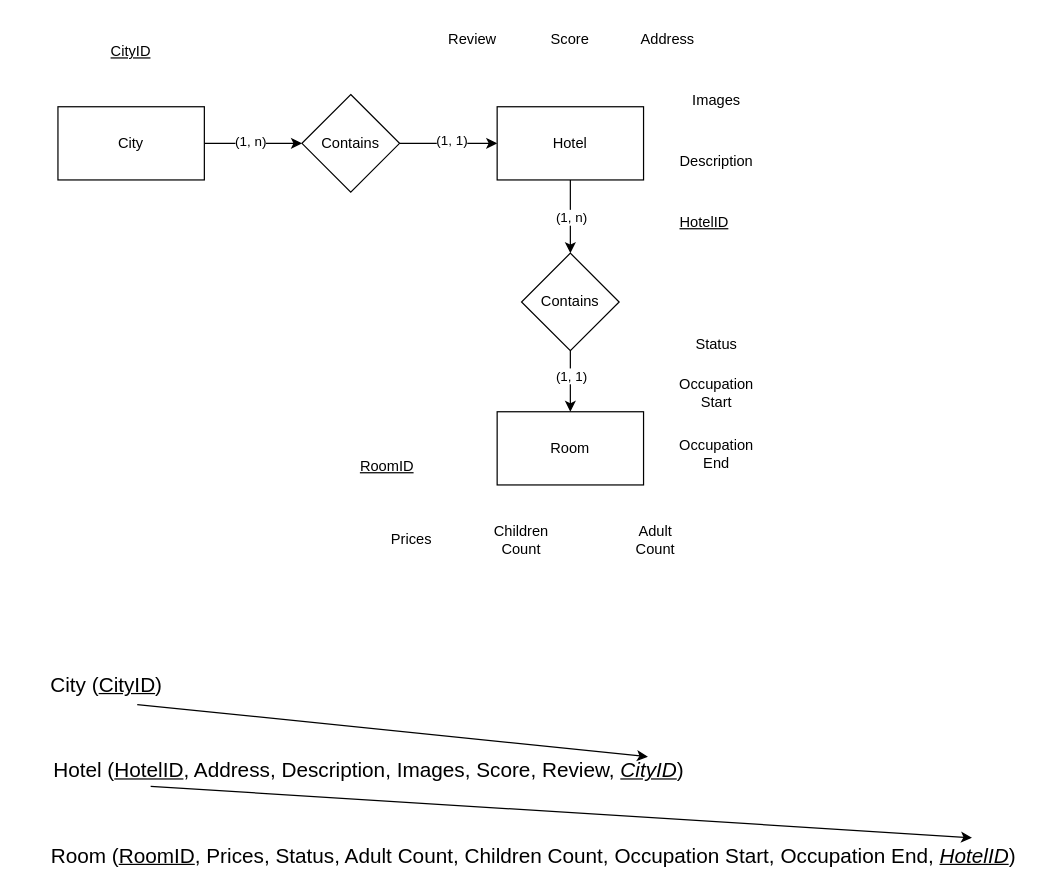
This is design/DatabaseDesign/Entity_Relationship.drawio from nguyen8amk1/DoAnWebBookingKhachSan, a draw.io file, before an edit. Source tidied: cells renumbered, new cells numbered last; positions are measured from the earlier drawing's top-left corner, leaving out a move shared by most shapes. Both pictures are drawn from the tidied source at 122%, with x=0, y=0 at pixel (21, 21).
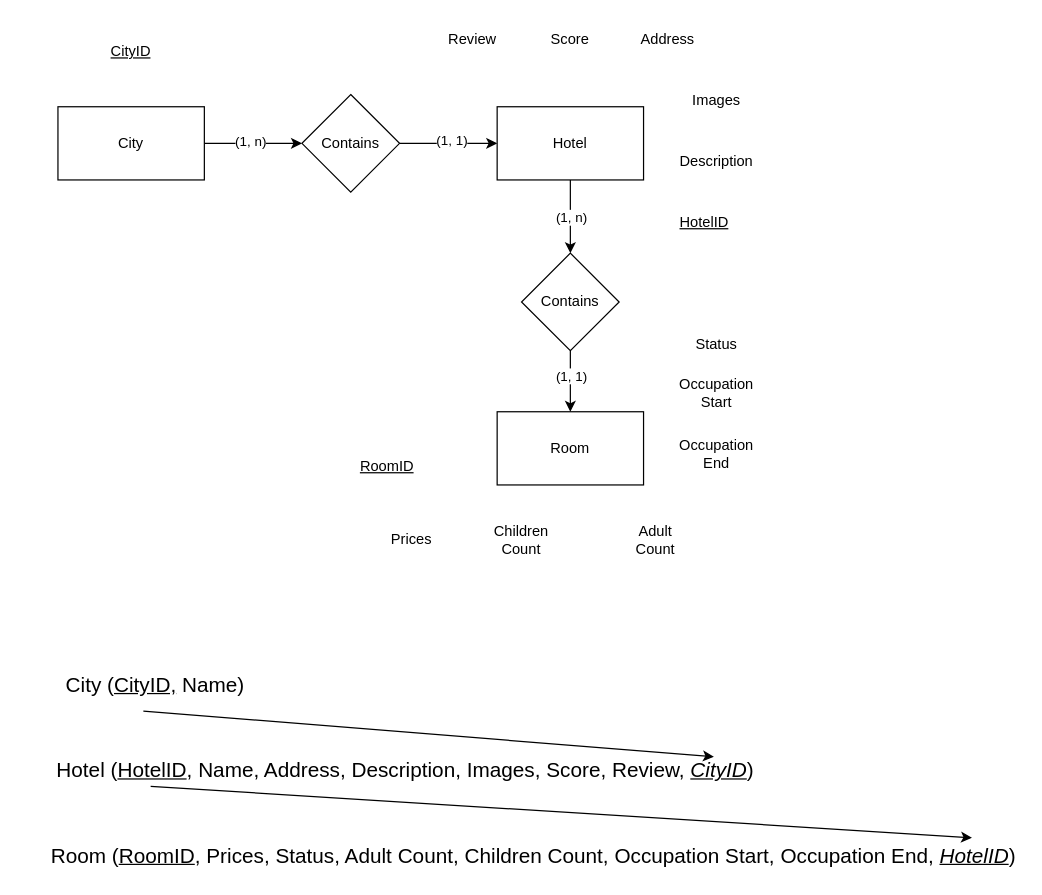
The same diagram, later.

The edit, as a diff of the source:
```diff
@@
-    <mxCell id="29" style="rounded=0;jettySize=auto;html=1;entryX=0.901;entryY=0.093;entryDx=0;entryDy=0;entryPerimeter=0;exitX=0.75;exitY=1;exitDx=0;exitDy=0;" parent="1" edge="1" source="30" target="31">
+    <mxCell id="29" style="rounded=0;jettySize=auto;html=1;entryX=0.901;entryY=0.093;entryDx=0;entryDy=0;entryPerimeter=0;exitX=0.45;exitY=1.18;exitDx=0;exitDy=0;exitPerimeter=0;" parent="1" edge="1" source="30" target="31">
       <mxGeometry relative="1" as="geometry" />
     </mxCell>
-    <mxCell id="30" value="City (&lt;u style=&quot;font-size: 17px;&quot;&gt;CityID&lt;/u&gt;)" style="text;html=1;strokeColor=none;fillColor=none;align=center;verticalAlign=middle;whiteSpace=wrap;rounded=0;fontSize=17;" parent="1" vertex="1">
-      <mxGeometry x="20" y="530" width="100" height="30" as="geometry" />
+    <mxCell id="30" value="City (&lt;u style=&quot;font-size: 17px;&quot;&gt;CityID,&lt;/u&gt;&lt;span style=&quot;font-size: 17px;&quot;&gt; Name&lt;/span&gt;)" style="text;html=1;strokeColor=none;fillColor=none;align=center;verticalAlign=middle;whiteSpace=wrap;rounded=0;fontSize=17;" parent="1" vertex="1">
+      <mxGeometry x="10" y="530" width="200" height="30" as="geometry" />
     </mxCell>
-    <mxCell id="31" value="Hotel (&lt;u style=&quot;font-size: 17px;&quot;&gt;HotelID&lt;/u&gt;, Address, Description, Images, Score, Review, &lt;i&gt;&lt;u&gt;CityID&lt;/u&gt;&lt;/i&gt;)" style="text;html=1;strokeColor=none;fillColor=none;align=center;verticalAlign=middle;whiteSpace=wrap;rounded=0;fontSize=17;" parent="1" vertex="1">
-      <mxGeometry y="600" width="570" height="30" as="geometry" />
+    <mxCell id="31" value="Hotel (&lt;u style=&quot;font-size: 17px;&quot;&gt;HotelID&lt;/u&gt;, Name, Address, Description, Images, Score, Review, &lt;i&gt;&lt;u&gt;CityID&lt;/u&gt;&lt;/i&gt;)" style="text;html=1;strokeColor=none;fillColor=none;align=center;verticalAlign=middle;whiteSpace=wrap;rounded=0;fontSize=17;" parent="1" vertex="1">
+      <mxGeometry y="600" width="630" height="30" as="geometry" />
     </mxCell>
```
